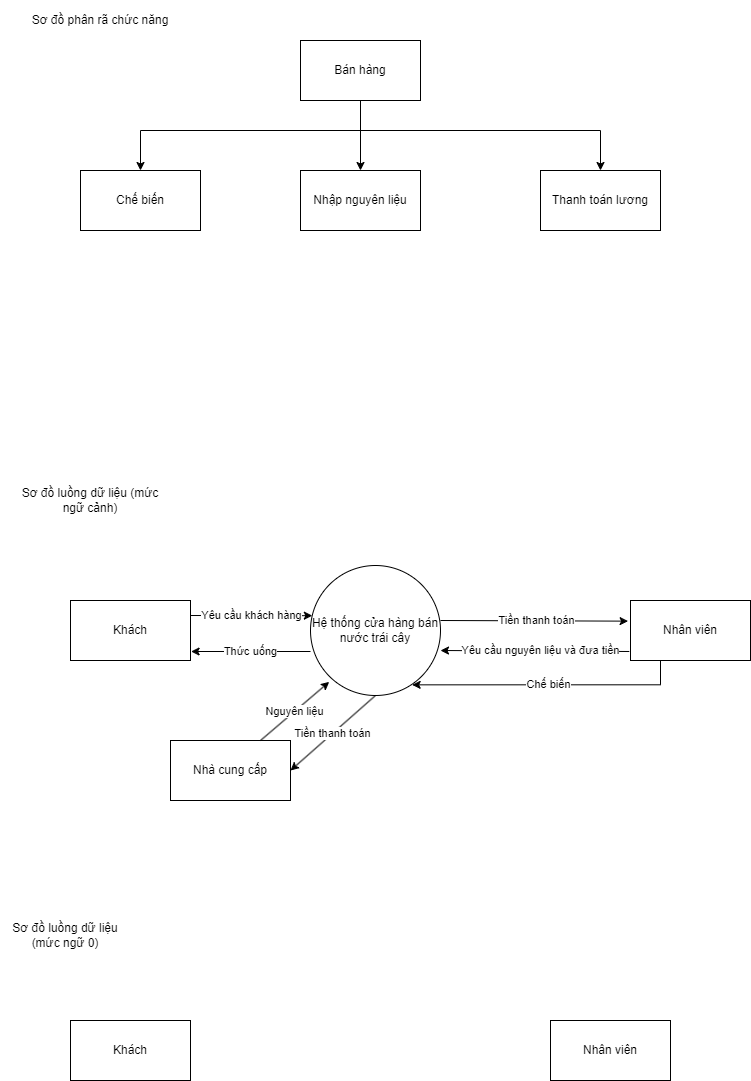
The draw.io diagram DFD2.png in InfiniteByte1811/branch1, before a commit. Source tidied: cells renumbered, new cells last; positions are measured from the earlier drawing's top-left corner, leaving out a move shared by most shapes.
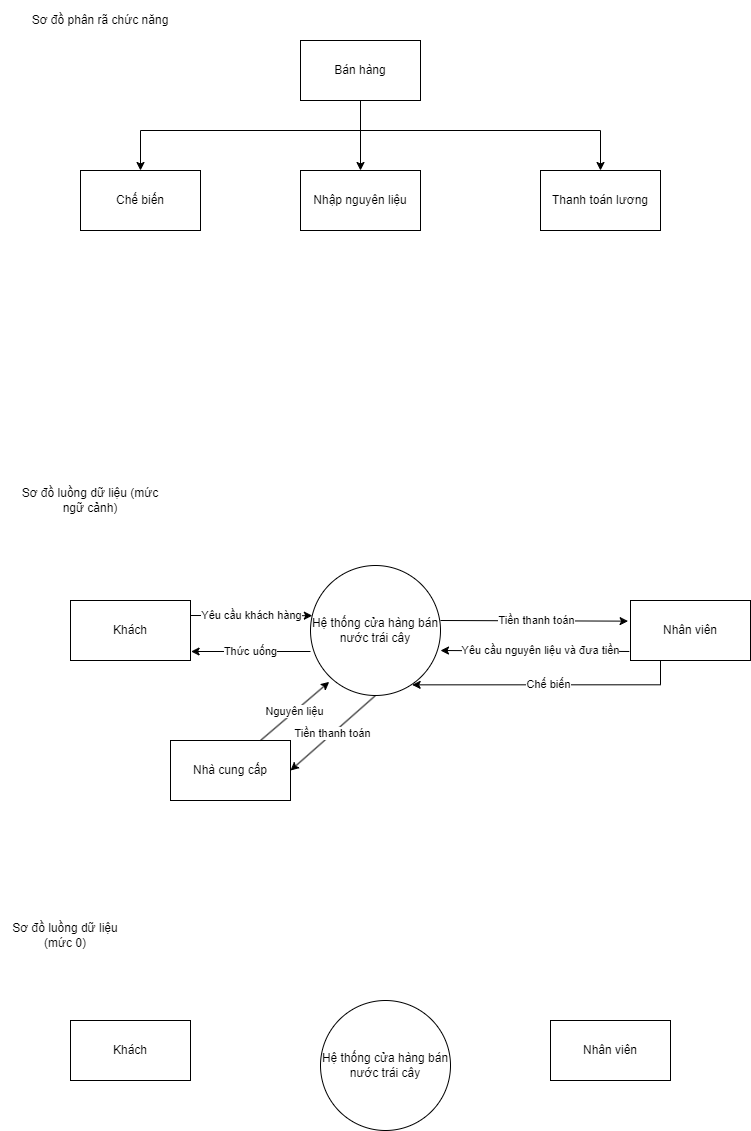
Above is the later version.

Commit message:
Cập nhật DFD2.png

What changed in the source:
```diff
@@ -86,7 +86,7 @@
         <mxPoint x="440" y="650" as="targetPoint" />
       </mxGeometry>
     </mxCell>
-    <mxCell id="22" value="Sơ đồ luồng dữ liệu (mức ngữ 0)" style="text;html=1;strokeColor=none;fillColor=none;align=center;verticalAlign=middle;whiteSpace=wrap;rounded=0;" parent="1" vertex="1">
+    <mxCell id="22" value="Sơ đồ luồng dữ liệu (mức 0)" style="text;html=1;strokeColor=none;fillColor=none;align=center;verticalAlign=middle;whiteSpace=wrap;rounded=0;" parent="1" vertex="1">
       <mxGeometry y="900" width="130" height="70" as="geometry" />
     </mxCell>
     <mxCell id="23" value="Khách" style="rounded=0;whiteSpace=wrap;html=1;" parent="1" vertex="1">
@@ -95,5 +95,8 @@
     <mxCell id="24" value="Nhân viên" style="rounded=0;whiteSpace=wrap;html=1;" parent="1" vertex="1">
       <mxGeometry x="550" y="1020" width="120" height="60" as="geometry" />
     </mxCell>
+    <mxCell id="25" value="Hệ thống cửa hàng bán nước trái cây" style="ellipse;whiteSpace=wrap;html=1;" parent="1" vertex="1">
+      <mxGeometry x="320" y="1000" width="130" height="130" as="geometry" />
+    </mxCell>
   </root>
 </mxGraphModel>
```
